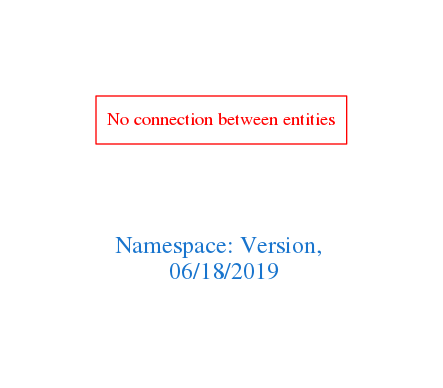
Before: downloads/Version.png, a diagram exported from Graphviz (arago/OGIT). Its source is kept beside it as downloads/Version.dot.
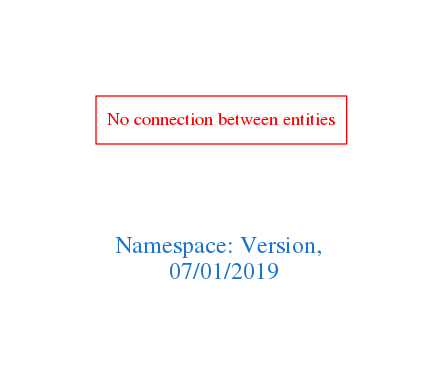
After the commit.

What changed in the source:
```diff
@@ -1,7 +1,7 @@
 digraph OGIT_ontology {
  graph [ rankdir= LR,pad=1
 fontsize = 18,
-fontcolor= dodgerblue3,label = "\n\n\nNamespace: Version, \n 06/18/2019"];
+fontcolor= dodgerblue3,label = "\n\n\nNamespace: Version, \n 07/01/2019"];
 node[shape=polygon];
 edge [  color="gray81"];
 
```
